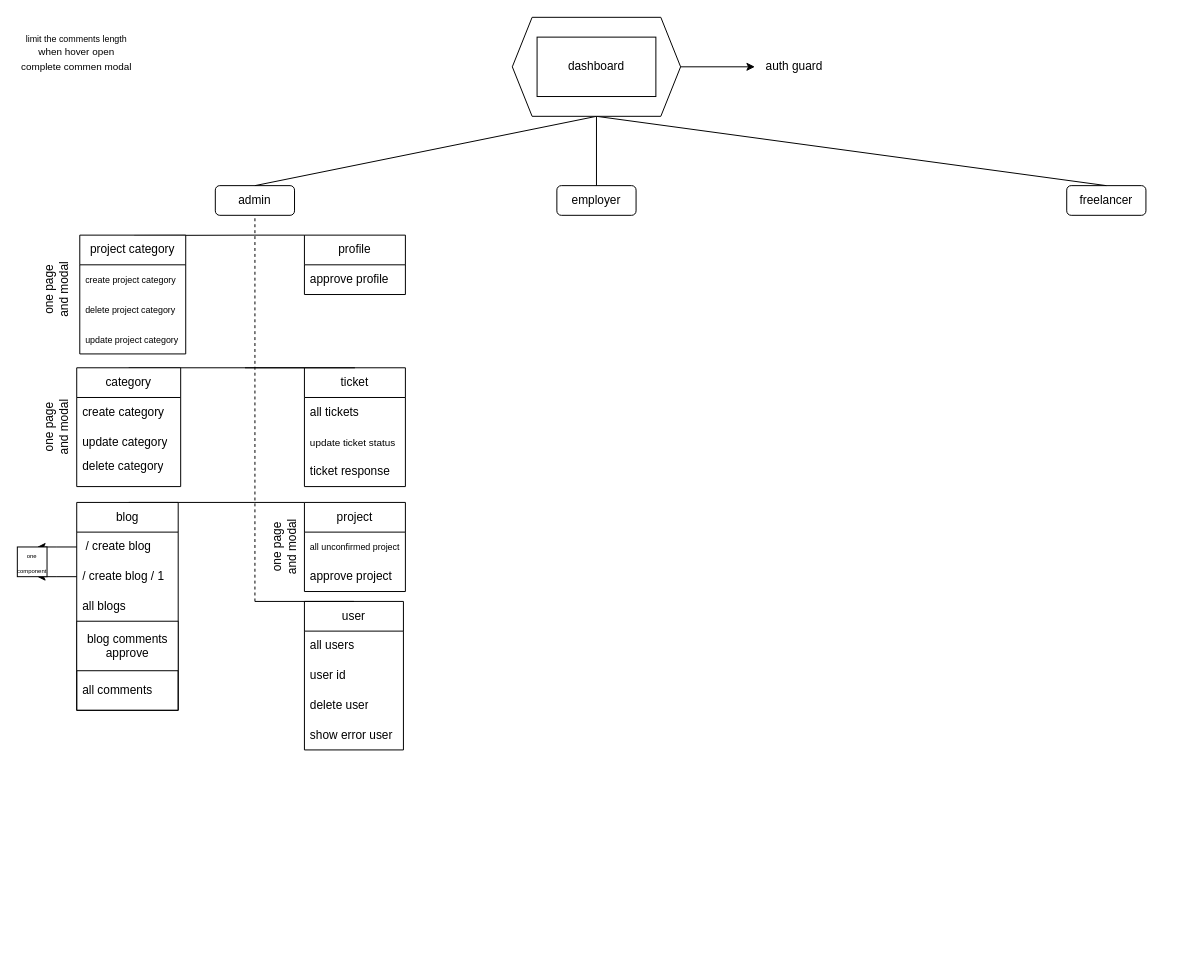
RwinZakeri/up keeps this draw.io diagram as base/dashboard-folder-structur.drawio. Above is the earlier version. Source tidied: cells renumbered, new cells numbered last; positions are measured from the earlier drawing's top-left corner, leaving out a move shared by most shapes. Both pictures are drawn from the tidied source at 99%, with x=0, y=0 at pixel (17, 17).
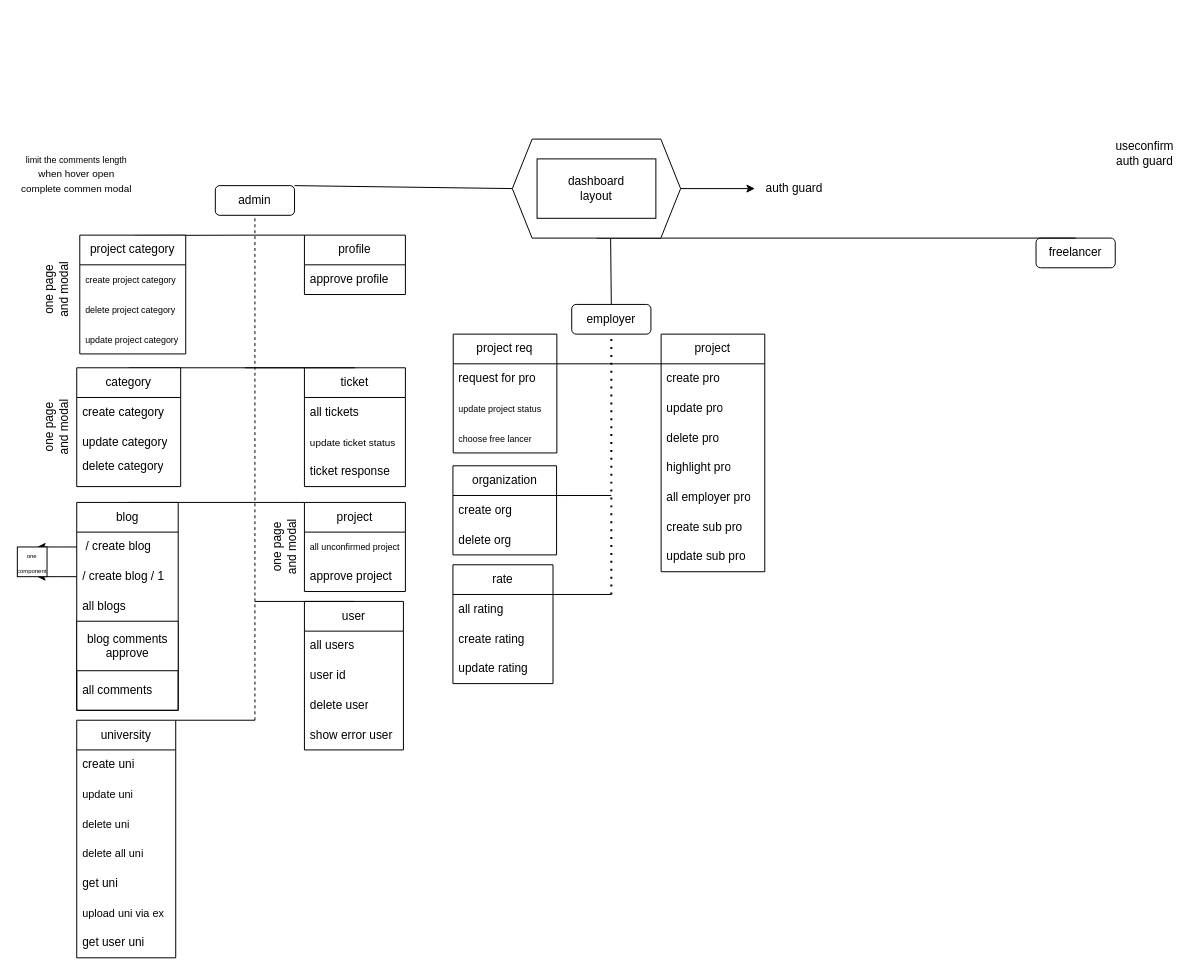
After the change.

Commit message:
[base] work on dashboard fodler structure employer don

Unchanged cells that the change refers to:
```xml
<mxCell id="4" value="admin" style="rounded=1;whiteSpace=wrap;html=1;" parent="1" vertex="1">
  <mxGeometry x="200" y="170" width="80" height="30" as="geometry" />
</mxCell>
```

The edit, as a diff of the source:
```diff
@@
     <mxCell id="2" value="freelancer" style="rounded=1;whiteSpace=wrap;html=1;" parent="1" vertex="1">
-      <mxGeometry x="1060" y="170" width="80" height="30" as="geometry" />
+      <mxGeometry x="1029" y="223" width="80" height="30" as="geometry" />
     </mxCell>
     <mxCell id="3" value="employer" style="rounded=1;whiteSpace=wrap;html=1;" parent="1" vertex="1">
-      <mxGeometry x="545" y="170" width="80" height="30" as="geometry" />
+      <mxGeometry x="560" y="290" width="80" height="30" as="geometry" />
     </mxCell>
@@
-    <mxCell id="5" style="endArrow=none;html=1;rounded=0;exitX=0.5;exitY=0;exitDx=0;exitDy=0;entryX=0.5;entryY=1;entryDx=0;entryDy=0;" parent="1" edge="1" source="3" target="9">
+    <mxCell id="5" style="endArrow=none;html=1;rounded=0;exitX=0.5;exitY=0;exitDx=0;exitDy=0;entryX=0.584;entryY=0.993;entryDx=0;entryDy=0;entryPerimeter=0;" parent="1" edge="1" source="3" target="9">
       <mxGeometry relative="1" as="geometry" />
     </mxCell>
-    <mxCell id="6" style="endArrow=none;html=1;rounded=0;exitX=0.5;exitY=0;exitDx=0;exitDy=0;entryX=0.5;entryY=1;entryDx=0;entryDy=0;" parent="1" edge="1" source="4" target="9">
+    <mxCell id="6" style="endArrow=none;html=1;rounded=0;exitX=1;exitY=0;exitDx=0;exitDy=0;entryX=0;entryY=0.5;entryDx=0;entryDy=0;" parent="1" edge="1" source="4" target="9">
       <mxGeometry relative="1" as="geometry" />
     </mxCell>
@@
     <mxCell id="9" style="shape=hexagon;perimeter=hexagonPerimeter2;whiteSpace=wrap;html=1;fixedSize=1;" parent="1" vertex="1">
-      <mxGeometry x="500" width="170" height="100" as="geometry" />
+      <mxGeometry x="500" y="123" width="170" height="100" as="geometry" />
     </mxCell>
-    <mxCell id="10" value="dashboard" style="rounded=0;whiteSpace=wrap;html=1;" parent="1" vertex="1">
-      <mxGeometry x="525" y="20" width="120" height="60" as="geometry" />
+    <mxCell id="10" value="dashboard&lt;div&gt;layout&lt;/div&gt;" style="rounded=0;whiteSpace=wrap;html=1;" parent="1" vertex="1">
+      <mxGeometry x="525" y="143" width="120" height="60" as="geometry" />
     </mxCell>
     <mxCell id="11" style="endArrow=classic;html=1;rounded=0;exitX=1;exitY=0.5;exitDx=0;exitDy=0;" parent="1" edge="1" source="9">
       <mxGeometry relative="1" as="geometry">
-        <mxPoint x="745" y="50" as="targetPoint" />
+        <mxPoint x="745" y="173" as="targetPoint" />
       </mxGeometry>
     </mxCell>
     <mxCell id="12" value="auth guard" style="text;html=1;align=center;verticalAlign=middle;whiteSpace=wrap;rounded=0;" parent="1" vertex="1">
-      <mxGeometry x="755" y="35" width="60" height="30" as="geometry" />
+      <mxGeometry x="755" y="158" width="60" height="30" as="geometry" />
     </mxCell>
@@
     <mxCell id="27" value="&lt;font style=&quot;font-size: 9px;&quot;&gt;limit the comments length&lt;/font&gt;&lt;div&gt;&lt;font size=&quot;1&quot;&gt;when hover open complete commen modal&lt;/font&gt;&lt;/div&gt;" style="text;html=1;align=center;verticalAlign=middle;whiteSpace=wrap;rounded=0;" parent="1" vertex="1">
-      <mxGeometry width="120" height="70" as="geometry" />
+      <mxGeometry y="123" width="120" height="70" as="geometry" />
     </mxCell>
@@
     <mxCell id="48" style="endArrow=none;dashed=1;html=1;rounded=0;entryX=0.5;entryY=1;entryDx=0;entryDy=0;" parent="1" edge="1" target="4">
       <mxGeometry relative="1" as="geometry">
-        <mxPoint x="240" y="590" as="sourcePoint" />
+        <mxPoint x="240" y="710" as="sourcePoint" />
       </mxGeometry>
     </mxCell>
@@
+    <mxCell id="55" value="university" style="swimlane;fontStyle=0;horizontal=1;startSize=30;whiteSpace=wrap;html=1;" parent="1" vertex="1">
+      <mxGeometry x="60" y="710" width="100" height="240" as="geometry" />
+    </mxCell>
+    <mxCell id="56" value="create uni" style="text;strokeColor=none;fillColor=none;align=left;verticalAlign=middle;spacingLeft=4;spacingRight=4;overflow=hidden;whiteSpace=wrap;html=1;" parent="55" vertex="1">
+      <mxGeometry y="30" width="100" height="30" as="geometry" />
+    </mxCell>
+    <mxCell id="57" value="&lt;font style=&quot;font-size: 11px;&quot;&gt;update uni&lt;/font&gt;" style="text;strokeColor=none;fillColor=none;align=left;verticalAlign=middle;spacingLeft=4;spacingRight=4;overflow=hidden;whiteSpace=wrap;html=1;" parent="55" vertex="1">
+      <mxGeometry y="60" width="100" height="30" as="geometry" />
+    </mxCell>
+    <mxCell id="58" value="&lt;font style=&quot;font-size: 11px;&quot;&gt;delete uni&lt;/font&gt;" style="text;strokeColor=none;fillColor=none;align=left;verticalAlign=middle;spacingLeft=4;spacingRight=4;overflow=hidden;whiteSpace=wrap;html=1;" parent="55" vertex="1">
+      <mxGeometry y="90" width="100" height="30" as="geometry" />
+    </mxCell>
+    <mxCell id="59" value="&lt;font style=&quot;font-size: 11px;&quot;&gt;delete all uni&lt;/font&gt;" style="text;strokeColor=none;fillColor=none;align=left;verticalAlign=middle;spacingLeft=4;spacingRight=4;overflow=hidden;whiteSpace=wrap;html=1;" parent="55" vertex="1">
+      <mxGeometry y="120" width="100" height="30" as="geometry" />
+    </mxCell>
+    <mxCell id="60" value="get uni" style="text;strokeColor=none;fillColor=none;align=left;verticalAlign=middle;spacingLeft=4;spacingRight=4;overflow=hidden;whiteSpace=wrap;html=1;" parent="55" vertex="1">
+      <mxGeometry y="150" width="100" height="30" as="geometry" />
+    </mxCell>
+    <mxCell id="61" value="&lt;font style=&quot;font-size: 11px;&quot;&gt;upload uni via ex&lt;/font&gt;" style="text;strokeColor=none;fillColor=none;align=left;verticalAlign=middle;spacingLeft=4;spacingRight=4;overflow=hidden;whiteSpace=wrap;html=1;" parent="55" vertex="1">
+      <mxGeometry y="180" width="100" height="30" as="geometry" />
+    </mxCell>
+    <mxCell id="62" value="get user uni" style="text;strokeColor=none;fillColor=none;align=left;verticalAlign=middle;spacingLeft=4;spacingRight=4;overflow=hidden;whiteSpace=wrap;html=1;" parent="55" vertex="1">
+      <mxGeometry y="210" width="100" height="30" as="geometry" />
+    </mxCell>
+    <mxCell id="63" style="endArrow=none;html=1;rounded=0;exitX=1;exitY=0;exitDx=0;exitDy=0;" parent="1" edge="1" source="55">
+      <mxGeometry relative="1" as="geometry">
+        <mxPoint x="240" y="710" as="targetPoint" />
+      </mxGeometry>
+    </mxCell>
+    <mxCell id="64" style="endArrow=none;dashed=1;html=1;dashPattern=1 3;strokeWidth=2;rounded=0;entryX=0.5;entryY=1;entryDx=0;entryDy=0;" parent="1" edge="1" target="3">
+      <mxGeometry relative="1" as="geometry">
+        <mxPoint x="600" y="583" as="sourcePoint" />
+      </mxGeometry>
+    </mxCell>
+    <mxCell id="65" style="endArrow=none;html=1;rounded=0;entryX=1;entryY=0.25;entryDx=0;entryDy=0;" parent="1" edge="1" target="66">
+      <mxGeometry relative="1" as="geometry">
+        <mxPoint x="600" y="350" as="sourcePoint" />
+      </mxGeometry>
+    </mxCell>
+    <mxCell id="66" value="project req" style="swimlane;fontStyle=0;horizontal=1;startSize=30;whiteSpace=wrap;html=1;" parent="1" vertex="1">
+      <mxGeometry x="440.3" y="320" width="104.7" height="120" as="geometry" />
+    </mxCell>
+    <mxCell id="67" value="request for pro" style="text;strokeColor=none;fillColor=none;align=left;verticalAlign=middle;spacingLeft=4;spacingRight=4;overflow=hidden;whiteSpace=wrap;html=1;" parent="66" vertex="1">
+      <mxGeometry y="30" width="104.7" height="30" as="geometry" />
+    </mxCell>
+    <mxCell id="68" value="&lt;font style=&quot;font-size: 9px;&quot;&gt;update project status&lt;/font&gt;" style="text;strokeColor=none;fillColor=none;align=left;verticalAlign=middle;spacingLeft=4;spacingRight=4;overflow=hidden;whiteSpace=wrap;html=1;" parent="66" vertex="1">
+      <mxGeometry y="60" width="104.7" height="30" as="geometry" />
+    </mxCell>
+    <mxCell id="69" value="&lt;font style=&quot;font-size: 9px;&quot;&gt;choose free lancer&lt;/font&gt;" style="text;strokeColor=none;fillColor=none;align=left;verticalAlign=middle;spacingLeft=4;spacingRight=4;overflow=hidden;whiteSpace=wrap;html=1;" parent="66" vertex="1">
+      <mxGeometry y="90" width="104.7" height="30" as="geometry" />
+    </mxCell>
+    <mxCell id="70" value="useconfirm&lt;div&gt;auth guard&lt;/div&gt;" style="text;html=1;align=center;verticalAlign=middle;whiteSpace=wrap;rounded=0;" parent="1" vertex="1">
+      <mxGeometry x="1109" y="123" width="60" height="30" as="geometry" />
+    </mxCell>
+    <mxCell id="71" value="organization" style="swimlane;fontStyle=0;horizontal=1;startSize=30;whiteSpace=wrap;html=1;" parent="1" vertex="1">
+      <mxGeometry x="440" y="453" width="104.7" height="90" as="geometry" />
+    </mxCell>
+    <mxCell id="72" value="create org" style="text;strokeColor=none;fillColor=none;align=left;verticalAlign=middle;spacingLeft=4;spacingRight=4;overflow=hidden;points=[[0,0.5],[1,0.5]];portConstraint=eastwest;whiteSpace=wrap;html=1;" parent="71" vertex="1">
+      <mxGeometry y="30" width="104.7" height="30" as="geometry" />
+    </mxCell>
+    <mxCell id="73" value="&lt;font style=&quot;font-size: 12px;&quot;&gt;delete org&lt;/font&gt;" style="text;strokeColor=none;fillColor=none;align=left;verticalAlign=middle;spacingLeft=4;spacingRight=4;overflow=hidden;whiteSpace=wrap;html=1;" parent="71" vertex="1">
+      <mxGeometry y="60" width="104.7" height="30" as="geometry" />
+    </mxCell>
+    <mxCell id="74" style="endArrow=none;html=1;rounded=0;exitX=0.987;exitY=0.001;exitDx=0;exitDy=0;exitPerimeter=0;" parent="1" edge="1" source="72">
+      <mxGeometry relative="1" as="geometry">
+        <mxPoint x="600" y="483" as="targetPoint" />
+      </mxGeometry>
+    </mxCell>
+    <mxCell id="75" value="project" style="swimlane;fontStyle=0;horizontal=1;startSize=30;whiteSpace=wrap;html=1;" parent="1" vertex="1">
+      <mxGeometry x="650.3" y="320" width="104.7" height="240" as="geometry" />
+    </mxCell>
+    <mxCell id="76" value="create pro" style="text;strokeColor=none;fillColor=none;align=left;verticalAlign=middle;spacingLeft=4;spacingRight=4;overflow=hidden;points=[[0,0.5],[1,0.5]];portConstraint=eastwest;whiteSpace=wrap;html=1;" parent="75" vertex="1">
+      <mxGeometry y="30" width="104.7" height="30" as="geometry" />
+    </mxCell>
+    <mxCell id="77" value="&lt;font style=&quot;font-size: 12px;&quot;&gt;update pro&lt;/font&gt;" style="text;strokeColor=none;fillColor=none;align=left;verticalAlign=middle;spacingLeft=4;spacingRight=4;overflow=hidden;whiteSpace=wrap;html=1;" parent="75" vertex="1">
+      <mxGeometry y="60" width="104.7" height="30" as="geometry" />
+    </mxCell>
+    <mxCell id="78" value="&lt;font style=&quot;font-size: 12px;&quot;&gt;delete pro&lt;/font&gt;" style="text;strokeColor=none;fillColor=none;align=left;verticalAlign=middle;spacingLeft=4;spacingRight=4;overflow=hidden;whiteSpace=wrap;html=1;" parent="75" vertex="1">
+      <mxGeometry y="90" width="104.7" height="30" as="geometry" />
+    </mxCell>
+    <mxCell id="79" value="&lt;font style=&quot;font-size: 12px;&quot;&gt;highlight pro&lt;/font&gt;" style="text;strokeColor=none;fillColor=none;align=left;verticalAlign=middle;spacingLeft=4;spacingRight=4;overflow=hidden;whiteSpace=wrap;html=1;" parent="75" vertex="1">
+      <mxGeometry y="120" width="104.7" height="30" as="geometry" />
+    </mxCell>
+    <mxCell id="80" value="&lt;font style=&quot;font-size: 12px;&quot;&gt;all employer pro&lt;/font&gt;" style="text;strokeColor=none;fillColor=none;align=left;verticalAlign=middle;spacingLeft=4;spacingRight=4;overflow=hidden;whiteSpace=wrap;html=1;" parent="75" vertex="1">
+      <mxGeometry y="150" width="104.7" height="30" as="geometry" />
+    </mxCell>
+    <mxCell id="81" value="&lt;font style=&quot;font-size: 12px;&quot;&gt;create sub pro&lt;/font&gt;" style="text;strokeColor=none;fillColor=none;align=left;verticalAlign=middle;spacingLeft=4;spacingRight=4;overflow=hidden;whiteSpace=wrap;html=1;" parent="75" vertex="1">
+      <mxGeometry y="180" width="104.7" height="30" as="geometry" />
+    </mxCell>
+    <mxCell id="82" value="&lt;font style=&quot;font-size: 12px;&quot;&gt;update sub pro&lt;/font&gt;" style="text;strokeColor=none;fillColor=none;align=left;verticalAlign=middle;spacingLeft=4;spacingRight=4;overflow=hidden;whiteSpace=wrap;html=1;" parent="75" vertex="1">
+      <mxGeometry y="210" width="104.7" height="30" as="geometry" />
+    </mxCell>
+    <mxCell id="83" style="endArrow=none;html=1;rounded=0;entryX=0.006;entryY=0;entryDx=0;entryDy=0;entryPerimeter=0;" parent="1" edge="1" target="76">
+      <mxGeometry relative="1" as="geometry">
+        <mxPoint x="600" y="350" as="sourcePoint" />
+      </mxGeometry>
+    </mxCell>
+    <mxCell id="84" value="rate" style="swimlane;fontStyle=0;horizontal=1;startSize=30;whiteSpace=wrap;html=1;" parent="1" vertex="1">
+      <mxGeometry x="440" y="553" width="101.1" height="120" as="geometry" />
+    </mxCell>
+    <mxCell id="85" value="all rating&amp;nbsp;" style="text;strokeColor=none;fillColor=none;align=left;verticalAlign=middle;spacingLeft=4;spacingRight=4;overflow=hidden;whiteSpace=wrap;html=1;" parent="84" vertex="1">
+      <mxGeometry y="30" width="101.1" height="30" as="geometry" />
+    </mxCell>
+    <mxCell id="86" value="create rating&amp;nbsp;" style="text;strokeColor=none;fillColor=none;align=left;verticalAlign=middle;spacingLeft=4;spacingRight=4;overflow=hidden;whiteSpace=wrap;html=1;" parent="84" vertex="1">
+      <mxGeometry y="60" width="101.1" height="30" as="geometry" />
+    </mxCell>
+    <mxCell id="87" value="update rating" style="text;strokeColor=none;fillColor=none;align=left;verticalAlign=middle;spacingLeft=4;spacingRight=4;overflow=hidden;whiteSpace=wrap;html=1;" parent="84" vertex="1">
+      <mxGeometry y="90" width="101.1" height="30" as="geometry" />
+    </mxCell>
+    <mxCell id="88" style="endArrow=none;html=1;rounded=0;exitX=1;exitY=0.25;exitDx=0;exitDy=0;" parent="1" edge="1" source="84">
+      <mxGeometry relative="1" as="geometry">
+        <mxPoint x="600" y="583" as="targetPoint" />
+      </mxGeometry>
+    </mxCell>
```
